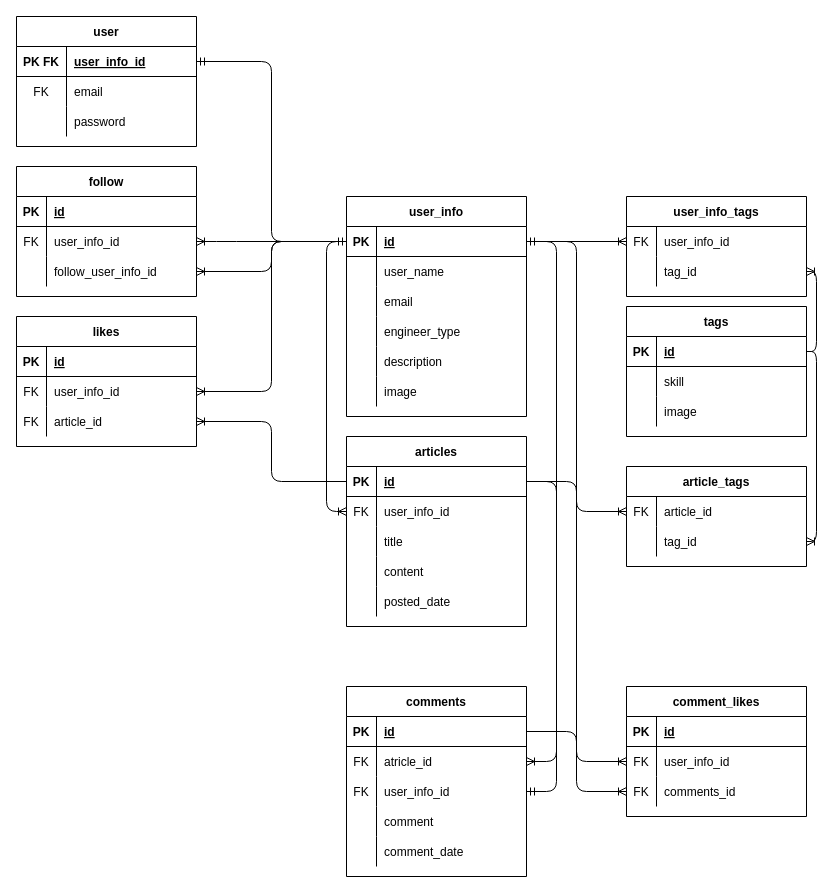
Before: Designs/ER図.drawio in yusuke-rakus/Qiish, a draw.io diagram. Source tidied: cells renumbered, new cells numbered last; positions are measured from the earlier drawing's top-left corner, leaving out a move shared by most shapes. Both pictures are drawn from the tidied source at 100%, with x=0, y=0 at pixel (16, 16).
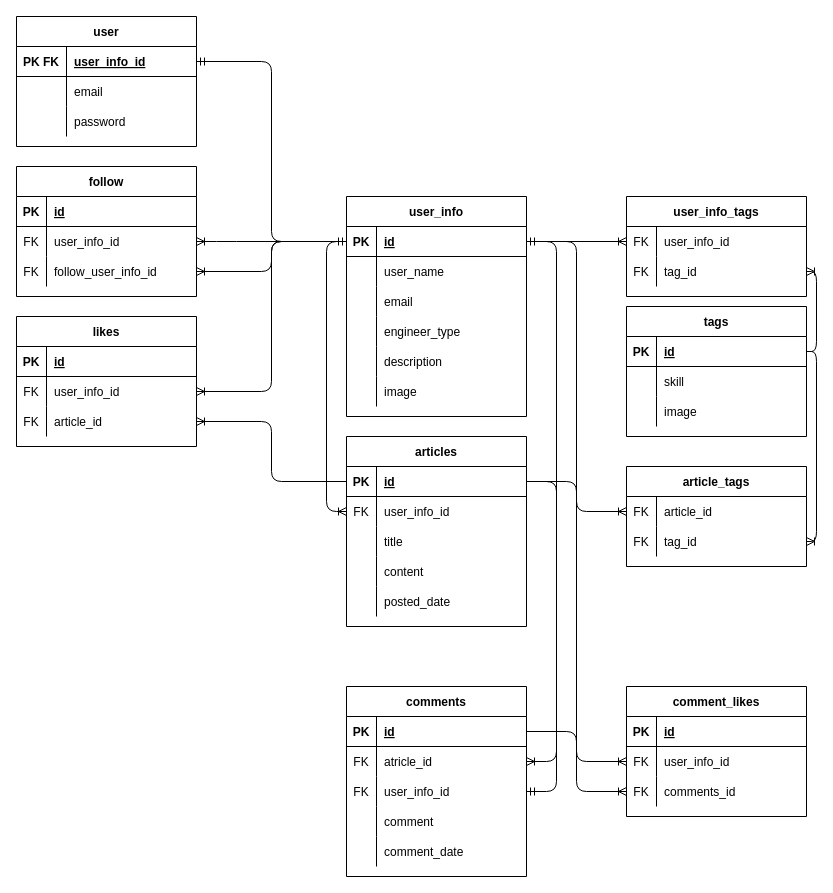
After the change.

Unchanged cells that the change refers to:
```xml
<mxCell id="25" style="shape=partialRectangle;fillColor=none;top=0;left=0;bottom=0;right=0;" parent="21" vertex="1">
  <mxGeometry y="60" width="180" height="30" as="geometry" />
</mxCell>
<mxCell id="38" style="shape=partialRectangle;fillColor=none;top=0;left=0;bottom=0;right=0;points=[[0,0.5],[1,0.5]];portConstraint=eastwest;" parent="31" vertex="1">
  <mxGeometry y="90" width="180" height="30" as="geometry" />
</mxCell>
<mxCell id="81" style="shape=partialRectangle;fillColor=none;top=0;left=0;bottom=0;right=0;points=[[0,0.5],[1,0.5]];portConstraint=eastwest;" parent="77" vertex="1">
  <mxGeometry y="60" width="180" height="30" as="geometry" />
</mxCell>
<mxCell id="88" style="shape=partialRectangle;fillColor=none;top=0;left=0;bottom=0;right=0;points=[[0,0.5],[1,0.5]];portConstraint=eastwest;" parent="84" vertex="1">
  <mxGeometry y="60" width="180" height="30" as="geometry" />
</mxCell>
```

Diff of the diagram source:
```diff
@@
-    <mxCell id="26" value="FK" style="shape=partialRectangle;fillColor=none;top=0;left=0;bottom=0;right=0;overflow=hidden;fontStyle=0;" parent="25" vertex="1">
+    <mxCell id="26" style="shape=partialRectangle;fillColor=none;top=0;left=0;bottom=0;right=0;overflow=hidden;fontStyle=0;" parent="25" vertex="1">
       <mxGeometry width="50" height="30" as="geometry" />
     </mxCell>
@@
-    <mxCell id="39" style="shape=partialRectangle;fillColor=none;top=0;left=0;bottom=0;right=0;overflow=hidden;" parent="38" vertex="1">
+    <mxCell id="39" value="FK" style="shape=partialRectangle;fillColor=none;top=0;left=0;bottom=0;right=0;overflow=hidden;" parent="38" vertex="1">
       <mxGeometry width="30" height="30" as="geometry" />
     </mxCell>
@@
-    <mxCell id="82" style="shape=partialRectangle;fillColor=none;top=0;left=0;bottom=0;right=0;overflow=hidden;" parent="81" vertex="1">
+    <mxCell id="82" value="FK" style="shape=partialRectangle;fillColor=none;top=0;left=0;bottom=0;right=0;overflow=hidden;" parent="81" vertex="1">
       <mxGeometry width="30" height="30" as="geometry" />
     </mxCell>
@@
-    <mxCell id="89" style="shape=partialRectangle;fillColor=none;top=0;left=0;bottom=0;right=0;overflow=hidden;" parent="88" vertex="1">
+    <mxCell id="89" value="FK" style="shape=partialRectangle;fillColor=none;top=0;left=0;bottom=0;right=0;overflow=hidden;" parent="88" vertex="1">
       <mxGeometry width="30" height="30" as="geometry" />
     </mxCell>
```
